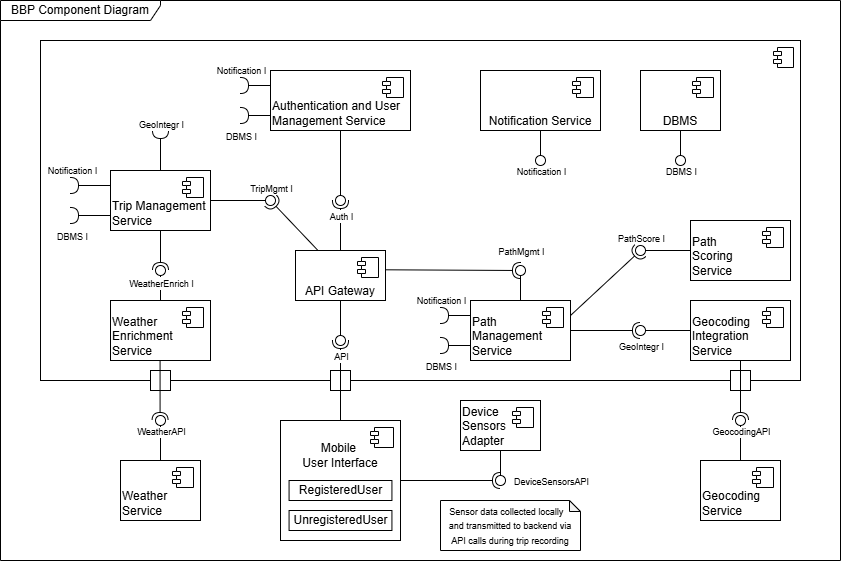
This is DD/Images/ComponentView.png from ReGaL24/MejiaYerranagu, a draw.io export, as it was before one commit. Source tidied: cells renumbered, new cells last; positions are measured from the earlier drawing's top-left corner, leaving out a move shared by most shapes.
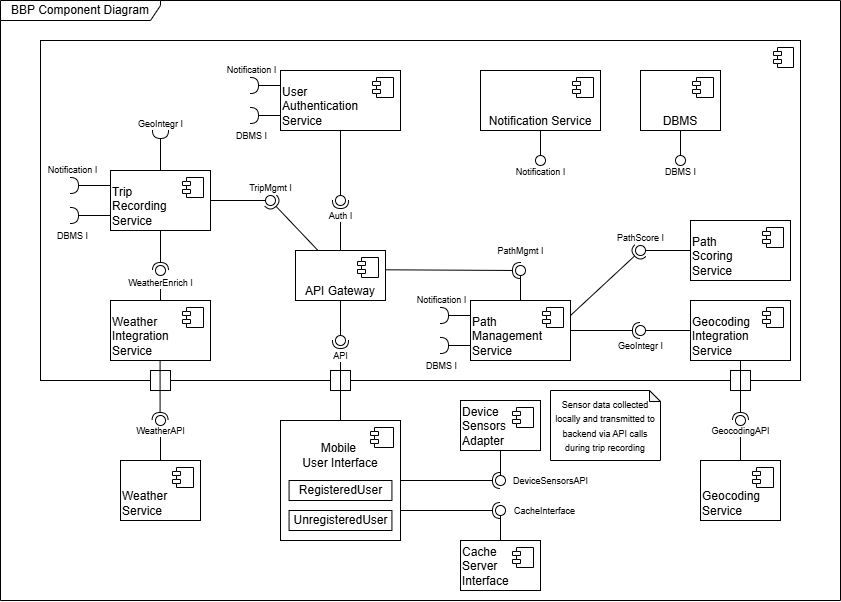
Later version of the same file.

Commit message:
Revision upon agreed architectural changes and updated Component Diagram.

Diff of the diagram source:
```diff
@@ -11,45 +11,11 @@
       </mxGeometry>
     </mxCell>
     <mxCell id="4" value="BBP Component Diagram" style="shape=umlFrame;whiteSpace=wrap;html=1;width=160;height=20;" parent="1" vertex="1">
-      <mxGeometry width="840" height="560" as="geometry" />
+      <mxGeometry width="840" height="600" as="geometry" />
     </mxCell>
     <mxCell id="5" style="ellipse;whiteSpace=wrap;html=1;align=center;fillColor=none;strokeColor=none;perimeter=centerPerimeter;" parent="1" vertex="1">
       <mxGeometry x="405" y="290" width="10" height="10" as="geometry" />
     </mxCell>
-    <mxCell id="6" style="group;" parent="1" vertex="1">
-      <mxGeometry x="240" y="70" width="170" height="60" as="geometry" />
-    </mxCell>
-    <mxCell id="7" style="group;" parent="6" vertex="1">
-      <mxGeometry width="170" height="60" as="geometry" />
-    </mxCell>
-    <mxCell id="8" value="Authentication and User Management Service" style="html=1;whiteSpace=wrap;verticalAlign=bottom;align=left;" parent="7" vertex="1">
-      <mxGeometry x="30" width="140" height="60" as="geometry" />
-    </mxCell>
-    <mxCell id="9" style="shape=module;jettyWidth=8;jettyHeight=4;" parent="8" vertex="1">
-      <mxGeometry x="1" width="21" height="20" relative="1" as="geometry">
-        <mxPoint x="-28" y="7" as="offset" />
-      </mxGeometry>
-    </mxCell>
-    <mxCell id="10" style="rounded=0;jettySize=auto;html=1;endArrow=halfCircle;endFill=0;endSize=6;strokeWidth=1;sketch=0;fontSize=12;curved=1;exitX=0;exitY=0.75;exitDx=0;exitDy=0;" parent="7" edge="1" source="8">
-      <mxGeometry relative="1" as="geometry">
-        <mxPoint y="45" as="targetPoint" />
-      </mxGeometry>
-    </mxCell>
-    <mxCell id="11" value="&lt;font style=&quot;font-size: 9px;&quot;&gt;DBMS I&lt;/font&gt;" style="edgeLabel;html=1;align=center;verticalAlign=middle;" parent="10" vertex="1">
-      <mxGeometry x="0.85" y="9" relative="1" as="geometry">
-        <mxPoint x="-2" y="11" as="offset" />
-      </mxGeometry>
-    </mxCell>
-    <mxCell id="12" style="rounded=0;jettySize=auto;html=1;endArrow=halfCircle;endFill=0;endSize=6;strokeWidth=1;sketch=0;fontSize=12;curved=1;exitX=0;exitY=0.25;exitDx=0;exitDy=0;" parent="6" edge="1" source="8">
-      <mxGeometry relative="1" as="geometry">
-        <mxPoint y="15" as="targetPoint" />
-      </mxGeometry>
-    </mxCell>
-    <mxCell id="13" value="&lt;font style=&quot;font-size: 9px;&quot;&gt;Notification I&lt;/font&gt;" style="edgeLabel;html=1;align=center;verticalAlign=middle;" parent="12" vertex="1">
-      <mxGeometry x="0.85" y="9" relative="1" as="geometry">
-        <mxPoint x="-2" y="-25" as="offset" />
-      </mxGeometry>
-    </mxCell>
     <mxCell id="14" style="rounded=0;jettySize=auto;html=1;endArrow=halfCircle;endFill=0;endSize=6;strokeWidth=1;sketch=0;exitX=0.5;exitY=0;exitDx=0;exitDy=0;" parent="1" edge="1" source="54" target="17">
       <mxGeometry relative="1" as="geometry" />
     </mxCell>
@@ -141,7 +107,7 @@
     <mxCell id="35" style="ellipse;whiteSpace=wrap;html=1;align=center;fillColor=none;strokeColor=none;perimeter=centerPerimeter;" parent="1" vertex="1">
       <mxGeometry x="140" y="220" width="10" height="10" as="geometry" />
     </mxCell>
-    <mxCell id="36" value="Weather Enrichment Service" style="html=1;whiteSpace=wrap;verticalAlign=bottom;align=left;" parent="1" vertex="1">
+    <mxCell id="36" value="Weather Integration Service" style="html=1;whiteSpace=wrap;verticalAlign=bottom;align=left;" parent="1" vertex="1">
       <mxGeometry x="110" y="300" width="100" height="60" as="geometry" />
     </mxCell>
     <mxCell id="37" style="shape=module;jettyWidth=8;jettyHeight=4;" parent="36" vertex="1">
@@ -149,7 +115,7 @@
         <mxPoint x="-28" y="7" as="offset" />
       </mxGeometry>
     </mxCell>
-    <mxCell id="38" value="Trip Management Service" style="html=1;whiteSpace=wrap;verticalAlign=bottom;align=left;" parent="1" vertex="1">
+    <mxCell id="38" value="Trip&amp;nbsp;&lt;div&gt;Recording Service&lt;/div&gt;" style="html=1;whiteSpace=wrap;verticalAlign=bottom;align=left;" parent="1" vertex="1">
       <mxGeometry x="110" y="170" width="100" height="60" as="geometry" />
     </mxCell>
     <mxCell id="39" style="shape=module;jettyWidth=8;jettyHeight=4;" parent="38" vertex="1">
@@ -389,8 +355,8 @@
         <mxPoint x="5" y="12" as="offset" />
       </mxGeometry>
     </mxCell>
-    <mxCell id="94" value="&lt;font style=&quot;font-size: 9px;&quot;&gt;Sensor data collected locally&amp;nbsp; &amp;nbsp; and transmitted to backend via API calls during trip recording&lt;/font&gt;" style="shape=note;whiteSpace=wrap;html=1;backgroundOutline=1;darkOpacity=0.05;size=11;" parent="1" vertex="1">
-      <mxGeometry x="440" y="500" width="140" height="50" as="geometry" />
+    <mxCell id="94" value="&lt;font style=&quot;font-size: 9px;&quot;&gt;Sensor data collected locally and transmitted to backend via API calls during trip recording&lt;/font&gt;" style="shape=note;whiteSpace=wrap;html=1;backgroundOutline=1;darkOpacity=0.05;size=11;align=center;" parent="1" vertex="1">
+      <mxGeometry x="550" y="390" width="110" height="70" as="geometry" />
     </mxCell>
     <mxCell id="95" style="group;" parent="1" vertex="1">
       <mxGeometry x="440" y="300" width="130" height="60" as="geometry" />
@@ -426,5 +392,56 @@
         <mxPoint x="-2" y="-25" as="offset" />
       </mxGeometry>
     </mxCell>
+    <mxCell id="103" value="Cache&amp;nbsp;&lt;div&gt;Server Interface&lt;/div&gt;" style="html=1;whiteSpace=wrap;verticalAlign=bottom;align=left;" parent="1" vertex="1">
+      <mxGeometry x="460" y="540" width="80" height="50" as="geometry" />
+    </mxCell>
+    <mxCell id="104" style="shape=module;jettyWidth=8;jettyHeight=4;" parent="103" vertex="1">
+      <mxGeometry x="1" width="21" height="20" relative="1" as="geometry">
+        <mxPoint x="-28" y="7" as="offset" />
+      </mxGeometry>
+    </mxCell>
+    <mxCell id="105" style="rounded=0;jettySize=auto;html=1;endArrow=oval;endFill=0;sketch=0;sourcePerimeterSpacing=0;targetPerimeterSpacing=0;endSize=10;exitX=0.5;exitY=0;exitDx=0;exitDy=0;" parent="1" edge="1" source="103">
+      <mxGeometry relative="1" as="geometry">
+        <mxPoint x="500" y="510" as="targetPoint" />
+      </mxGeometry>
+    </mxCell>
+    <mxCell id="106" value="&lt;font style=&quot;font-size: 9px;&quot;&gt;CacheInterface&lt;/font&gt;" style="edgeLabel;html=1;align=center;verticalAlign=middle;" parent="105" vertex="1">
+      <mxGeometry x="1" y="5" relative="1" as="geometry">
+        <mxPoint x="49" as="offset" />
+      </mxGeometry>
+    </mxCell>
+    <mxCell id="107" style="rounded=0;jettySize=auto;html=1;endArrow=halfCircle;endFill=0;endSize=6;strokeWidth=1;sketch=0;exitX=1;exitY=0.75;exitDx=0;exitDy=0;" parent="1" edge="1" source="61">
+      <mxGeometry relative="1" as="geometry">
+        <mxPoint x="500" y="510" as="targetPoint" />
+      </mxGeometry>
+    </mxCell>
+    <mxCell id="12" style="rounded=0;jettySize=auto;html=1;endArrow=halfCircle;endFill=0;endSize=6;strokeWidth=1;sketch=0;fontSize=12;curved=1;exitX=0;exitY=0.25;exitDx=0;exitDy=0;" parent="1" edge="1" source="8">
+      <mxGeometry relative="1" as="geometry">
+        <mxPoint x="250" y="85" as="targetPoint" />
+      </mxGeometry>
+    </mxCell>
+    <mxCell id="13" value="&lt;font style=&quot;font-size: 9px;&quot;&gt;Notification I&lt;/font&gt;" style="edgeLabel;html=1;align=center;verticalAlign=middle;" parent="12" vertex="1">
+      <mxGeometry x="0.85" y="9" relative="1" as="geometry">
+        <mxPoint x="-2" y="-25" as="offset" />
+      </mxGeometry>
+    </mxCell>
+    <mxCell id="8" value="User&lt;div&gt;Authentication Service&lt;/div&gt;" style="html=1;whiteSpace=wrap;verticalAlign=bottom;align=left;" parent="1" vertex="1">
+      <mxGeometry x="280" y="70" width="120" height="60" as="geometry" />
+    </mxCell>
+    <mxCell id="9" style="shape=module;jettyWidth=8;jettyHeight=4;" parent="8" vertex="1">
+      <mxGeometry x="1" width="21" height="20" relative="1" as="geometry">
+        <mxPoint x="-28" y="7" as="offset" />
+      </mxGeometry>
+    </mxCell>
+    <mxCell id="10" style="rounded=0;jettySize=auto;html=1;endArrow=halfCircle;endFill=0;endSize=6;strokeWidth=1;sketch=0;fontSize=12;curved=1;exitX=0;exitY=0.75;exitDx=0;exitDy=0;" parent="1" edge="1" source="8">
+      <mxGeometry relative="1" as="geometry">
+        <mxPoint x="250" y="115" as="targetPoint" />
+      </mxGeometry>
+    </mxCell>
+    <mxCell id="11" value="&lt;font style=&quot;font-size: 9px;&quot;&gt;DBMS I&lt;/font&gt;" style="edgeLabel;html=1;align=center;verticalAlign=middle;" parent="10" vertex="1">
+      <mxGeometry x="0.85" y="9" relative="1" as="geometry">
+        <mxPoint x="-2" y="11" as="offset" />
+      </mxGeometry>
+    </mxCell>
   </root>
 </mxGraphModel>
```
